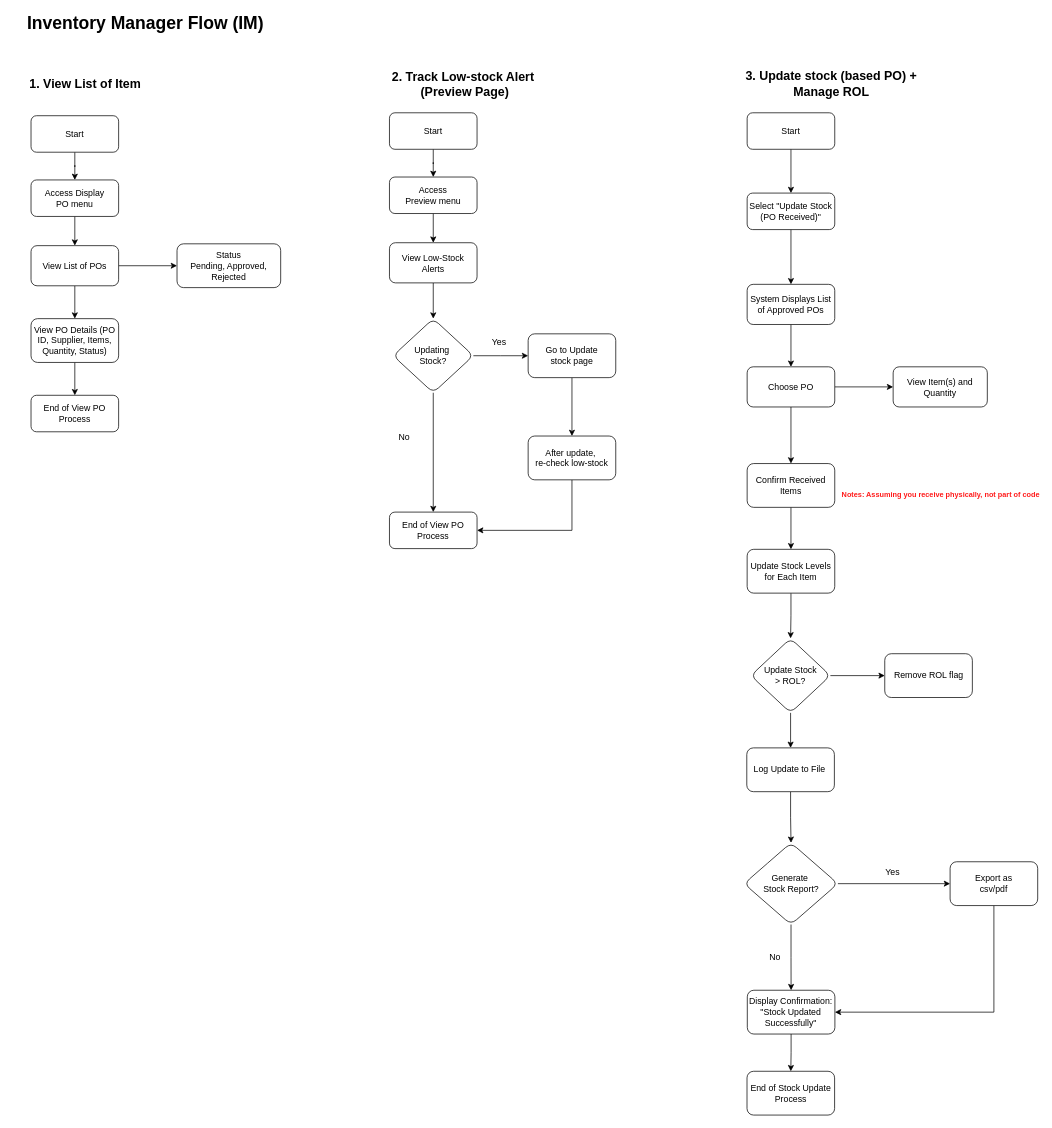
Before: diagram/inventoryManagerRole.drawio in weiiilunnnn/OWSB, a draw.io diagram. Source tidied: cells renumbered, new cells numbered last; positions are measured from the earlier drawing's top-left corner, leaving out a move shared by most shapes. Both pictures are drawn from the tidied source at 73%, with x=0, y=0 at pixel (12, 12).
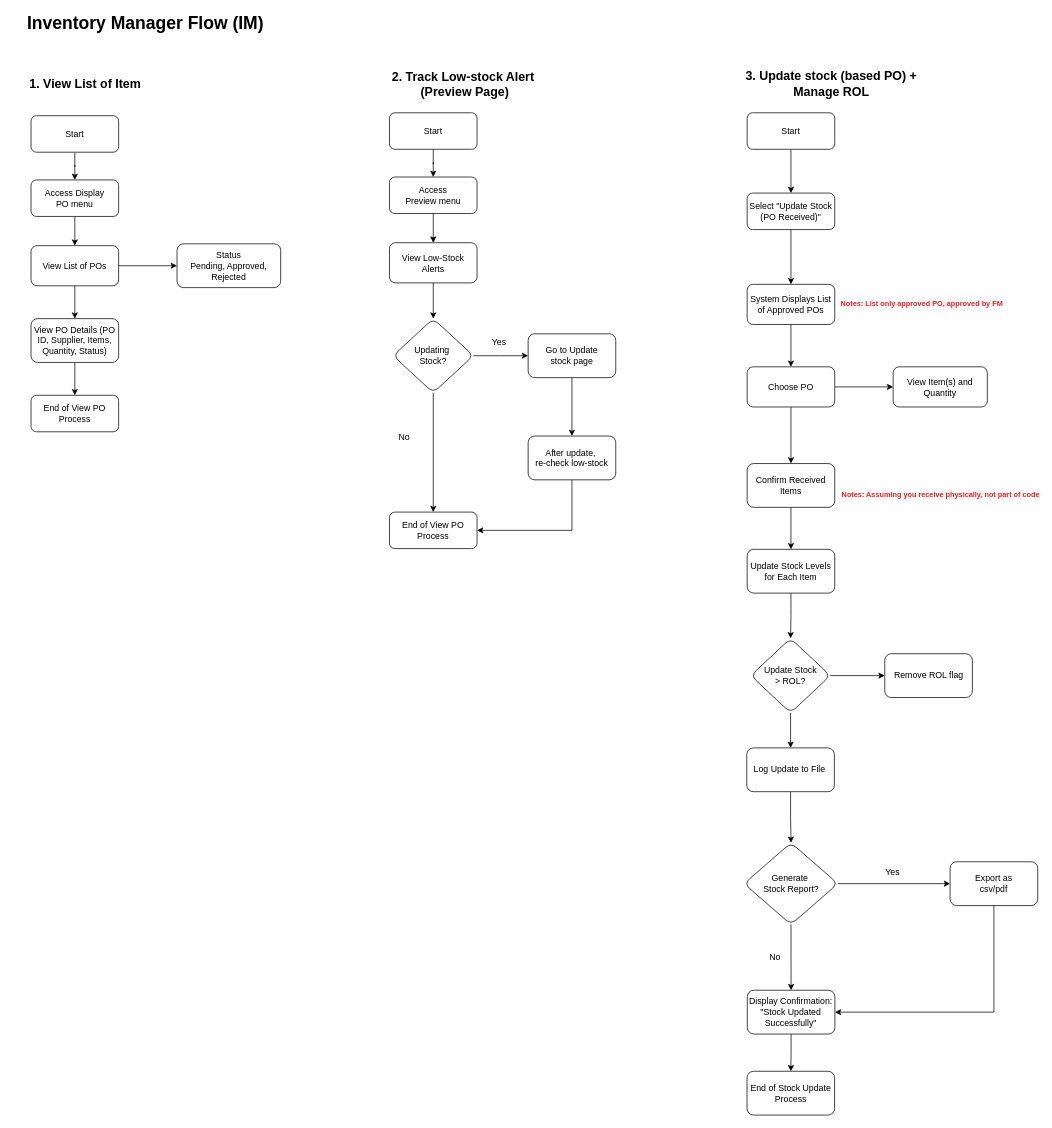
The same page after the edit.

Change to the diagram source:
```diff
@@
+    <mxCell id="64" value="Notes: List only approved PO, approved by FM" style="text;html=1;align=center;verticalAlign=middle;strokeColor=none;fillColor=none;fontStyle=1;fontColor=#FF1A1A;fontSize=10;" parent="1" vertex="1">
+      <mxGeometry x="1130" y="383" width="230" height="30" as="geometry" />
+    </mxCell>
```
